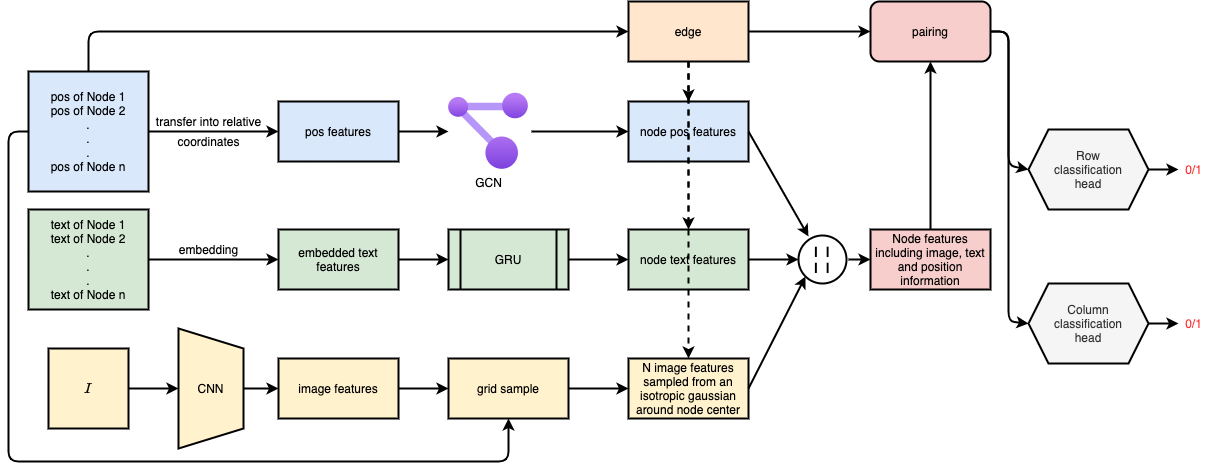
This is architecture/version_1.png from saharudra/graph_table_recognition, a draw.io export, as it was before one commit. Source tidied: cells renumbered, new cells last; positions are measured from the earlier drawing's top-left corner, leaving out a move shared by most shapes.
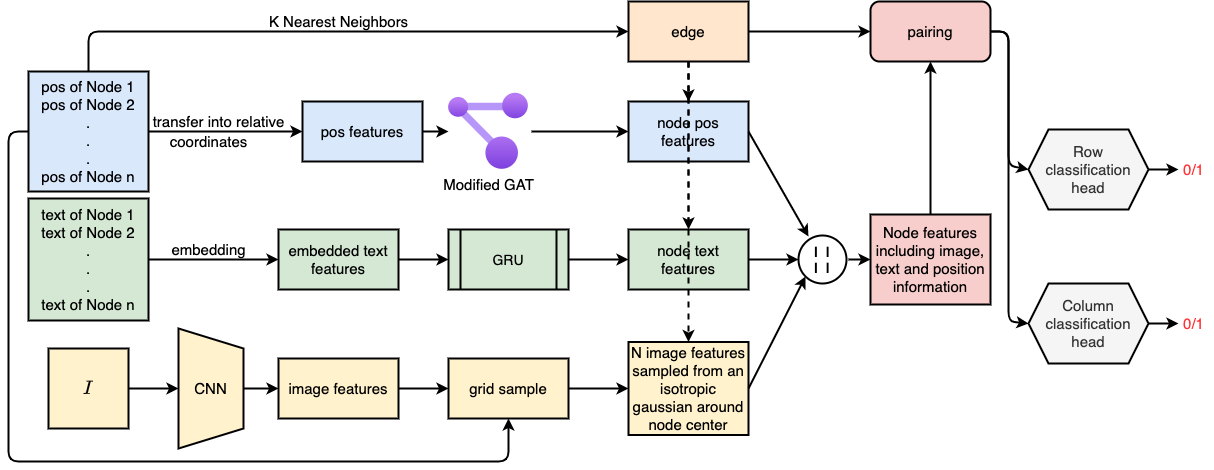
After the commit.

What changed in the source:
```diff
@@ -2,31 +2,31 @@
   <root>
     <mxCell id="0" />
     <mxCell id="1" parent="0" />
-    <mxCell id="2" value="pos of Node 1&lt;br&gt;pos of Node 2&lt;br&gt;.&lt;br&gt;.&lt;br&gt;.&lt;br&gt;pos of Node n" style="rounded=0;whiteSpace=wrap;html=1;fillColor=#dae8fc;strokeWidth=2;" parent="1" vertex="1">
+    <mxCell id="2" value="&lt;font style=&quot;font-size: 15px&quot;&gt;pos of Node 1&lt;br&gt;pos of Node 2&lt;br&gt;.&lt;br&gt;.&lt;br&gt;.&lt;br&gt;pos of Node n&lt;/font&gt;" style="rounded=0;whiteSpace=wrap;html=1;fillColor=#dae8fc;strokeWidth=2;" parent="1" vertex="1">
       <mxGeometry x="20" y="70" width="120" height="120" as="geometry" />
     </mxCell>
-    <mxCell id="3" value="text of Node 1&lt;br&gt;text of Node 2&lt;br&gt;.&lt;br&gt;.&lt;br&gt;.&lt;br&gt;text of Node n" style="rounded=0;whiteSpace=wrap;html=1;strokeWidth=2;fillColor=#d5e8d4;" parent="1" vertex="1">
-      <mxGeometry x="20" y="208" width="120" height="100" as="geometry" />
+    <mxCell id="3" value="&lt;font style=&quot;font-size: 15px&quot;&gt;text of Node 1&lt;br&gt;text of Node 2&lt;br&gt;.&lt;br&gt;.&lt;br&gt;.&lt;br&gt;text of Node n&lt;/font&gt;" style="rounded=0;whiteSpace=wrap;html=1;strokeWidth=2;fillColor=#d5e8d4;" parent="1" vertex="1">
+      <mxGeometry x="20" y="197" width="120" height="122" as="geometry" />
     </mxCell>
-    <mxCell id="4" value="$$I$$" style="whiteSpace=wrap;html=1;strokeWidth=2;fillColor=#fff2cc;" parent="1" vertex="1">
+    <mxCell id="4" value="&lt;font style=&quot;font-size: 15px&quot;&gt;$$I$$&lt;/font&gt;" style="whiteSpace=wrap;html=1;strokeWidth=2;fillColor=#fff2cc;" parent="1" vertex="1">
       <mxGeometry x="40" y="347" width="80" height="80" as="geometry" />
     </mxCell>
     <mxCell id="5" style="endArrow=classic;html=1;exitX=1;exitY=0.5;exitDx=0;exitDy=0;strokeWidth=2;entryX=0;entryY=0.5;entryDx=0;entryDy=0;" parent="1" edge="1" source="2" target="13">
       <mxGeometry relative="1" as="geometry" />
     </mxCell>
-    <mxCell id="6" value="transfer into relative" style="text;html=1;align=center;verticalAlign=middle;" parent="1" vertex="1">
-      <mxGeometry x="140" y="110" width="120" height="20" as="geometry" />
+    <mxCell id="6" value="&lt;font style=&quot;font-size: 15px&quot;&gt;transfer into relative&lt;/font&gt;" style="text;html=1;align=center;verticalAlign=middle;" parent="1" vertex="1">
+      <mxGeometry x="135" y="110" width="150" height="20" as="geometry" />
     </mxCell>
-    <mxCell id="7" value="coordinates" style="text;html=1;align=center;verticalAlign=middle;" parent="1" vertex="1">
-      <mxGeometry x="160" y="130" width="80" height="20" as="geometry" />
+    <mxCell id="7" value="&lt;font style=&quot;font-size: 15px&quot;&gt;coordinates&lt;/font&gt;" style="text;html=1;align=center;verticalAlign=middle;" parent="1" vertex="1">
+      <mxGeometry x="155" y="130" width="90" height="20" as="geometry" />
     </mxCell>
     <mxCell id="8" style="endArrow=classic;html=1;strokeWidth=2;exitX=1;exitY=0.5;exitDx=0;exitDy=0;entryX=0;entryY=0.5;entryDx=0;entryDy=0;" parent="1" edge="1" source="3" target="14">
       <mxGeometry relative="1" as="geometry" />
     </mxCell>
-    <mxCell id="9" value="embedding" style="text;html=1;align=center;verticalAlign=middle;" parent="1" vertex="1">
-      <mxGeometry x="165" y="238" width="70" height="20" as="geometry" />
+    <mxCell id="9" value="&lt;font style=&quot;font-size: 15px&quot;&gt;embedding&lt;/font&gt;" style="text;html=1;align=center;verticalAlign=middle;" parent="1" vertex="1">
+      <mxGeometry x="155" y="238" width="90" height="20" as="geometry" />
     </mxCell>
-    <mxCell id="10" value="CNN" style="shape=trapezoid;perimeter=trapezoidPerimeter;whiteSpace=wrap;html=1;fixedSize=1;strokeWidth=2;direction=south;fillColor=#fff2cc;" parent="1" vertex="1">
+    <mxCell id="10" value="&lt;font style=&quot;font-size: 15px&quot;&gt;CNN&lt;/font&gt;" style="shape=trapezoid;perimeter=trapezoidPerimeter;whiteSpace=wrap;html=1;fixedSize=1;strokeWidth=2;direction=south;fillColor=#fff2cc;" parent="1" vertex="1">
       <mxGeometry x="170" y="327" width="65" height="120" as="geometry" />
     </mxCell>
     <mxCell id="11" style="endArrow=classic;html=1;strokeWidth=2;exitX=1;exitY=0.5;exitDx=0;exitDy=0;" parent="1" edge="1" source="4" target="10">
@@ -35,19 +35,19 @@
     <mxCell id="12" style="endArrow=classic;html=1;strokeWidth=2;exitX=0.5;exitY=0;exitDx=0;exitDy=0;entryX=0;entryY=0.5;entryDx=0;entryDy=0;" parent="1" edge="1" source="10" target="15">
       <mxGeometry relative="1" as="geometry" />
     </mxCell>
-    <mxCell id="13" value="pos features" style="rounded=0;whiteSpace=wrap;html=1;strokeWidth=2;fillColor=#dae8fc;" parent="1" vertex="1">
-      <mxGeometry x="270" y="100" width="120" height="60" as="geometry" />
+    <mxCell id="13" value="&lt;font style=&quot;font-size: 15px&quot;&gt;pos features&lt;/font&gt;" style="rounded=0;whiteSpace=wrap;html=1;strokeWidth=2;fillColor=#dae8fc;" parent="1" vertex="1">
+      <mxGeometry x="294" y="100" width="120" height="60" as="geometry" />
     </mxCell>
-    <mxCell id="14" value="embedded text features" style="rounded=0;whiteSpace=wrap;html=1;strokeWidth=2;fillColor=#d5e8d4;" parent="1" vertex="1">
+    <mxCell id="14" value="&lt;font style=&quot;font-size: 15px&quot;&gt;embedded text features&lt;/font&gt;" style="rounded=0;whiteSpace=wrap;html=1;strokeWidth=2;fillColor=#d5e8d4;" parent="1" vertex="1">
       <mxGeometry x="270" y="228" width="120" height="60" as="geometry" />
     </mxCell>
-    <mxCell id="15" value="image features" style="rounded=0;whiteSpace=wrap;html=1;strokeWidth=2;fillColor=#fff2cc;" parent="1" vertex="1">
+    <mxCell id="15" value="&lt;font style=&quot;font-size: 15px&quot;&gt;image features&lt;/font&gt;" style="rounded=0;whiteSpace=wrap;html=1;strokeWidth=2;fillColor=#fff2cc;" parent="1" vertex="1">
       <mxGeometry x="270" y="357" width="120" height="60" as="geometry" />
     </mxCell>
-    <mxCell id="16" value="GCN" style="html=1;points=[];align=center;image;fontSize=12;image=img/lib/azure2/management_governance/Resource_Graph_Explorer.svg;strokeColor=#000000;strokeWidth=2;" parent="1" vertex="1">
+    <mxCell id="16" value="&lt;font style=&quot;font-size: 15px&quot;&gt;Modified GAT&lt;/font&gt;" style="html=1;points=[];align=center;image;fontSize=12;image=img/lib/azure2/management_governance/Resource_Graph_Explorer.svg;strokeColor=#000000;strokeWidth=2;" parent="1" vertex="1">
       <mxGeometry x="440" y="91.8" width="80" height="76.4" as="geometry" />
     </mxCell>
-    <mxCell id="17" value="node text features" style="rounded=0;whiteSpace=wrap;html=1;strokeWidth=2;fillColor=#d5e8d4;" parent="1" vertex="1">
+    <mxCell id="17" value="&lt;font style=&quot;font-size: 15px&quot;&gt;node text features&lt;/font&gt;" style="rounded=0;whiteSpace=wrap;html=1;strokeWidth=2;fillColor=#d5e8d4;" parent="1" vertex="1">
       <mxGeometry x="620" y="228" width="120" height="60" as="geometry" />
     </mxCell>
     <mxCell id="18" style="endArrow=classic;html=1;strokeWidth=2;exitX=1;exitY=0.5;exitDx=0;exitDy=0;entryX=0;entryY=0.5;entryDx=0;entryDy=0;" parent="1" edge="1" source="14" target="23">
@@ -68,13 +68,13 @@
         </Array>
       </mxGeometry>
     </mxCell>
-    <mxCell id="21" value="grid sample" style="rounded=0;whiteSpace=wrap;html=1;strokeWidth=2;fillColor=#fff2cc;" parent="1" vertex="1">
+    <mxCell id="21" value="&lt;font style=&quot;font-size: 15px&quot;&gt;grid sample&lt;/font&gt;" style="rounded=0;whiteSpace=wrap;html=1;strokeWidth=2;fillColor=#fff2cc;" parent="1" vertex="1">
       <mxGeometry x="440" y="357" width="120" height="60" as="geometry" />
     </mxCell>
     <mxCell id="22" style="endArrow=classic;html=1;strokeWidth=2;exitX=1;exitY=0.5;exitDx=0;exitDy=0;entryX=0;entryY=0.5;entryDx=0;entryDy=0;" parent="1" edge="1" source="15" target="21">
       <mxGeometry relative="1" as="geometry" />
     </mxCell>
-    <mxCell id="23" value="GRU" style="shape=process;whiteSpace=wrap;html=1;backgroundOutline=1;fillColor=#d5e8d4;strokeWidth=2;" parent="1" vertex="1">
+    <mxCell id="23" value="&lt;font style=&quot;font-size: 14px&quot;&gt;GRU&lt;/font&gt;" style="shape=process;whiteSpace=wrap;html=1;backgroundOutline=1;fillColor=#d5e8d4;strokeWidth=2;" parent="1" vertex="1">
       <mxGeometry x="440" y="228" width="120" height="60" as="geometry" />
     </mxCell>
     <mxCell id="24" style="endArrow=classic;html=1;strokeWidth=2;exitX=1;exitY=0.5;exitDx=0;exitDy=0;entryX=0;entryY=0.5;entryDx=0;entryDy=0;" parent="1" edge="1" source="21" target="26">
@@ -83,16 +83,16 @@
     <mxCell id="25" style="endArrow=classic;html=1;strokeWidth=2;exitX=1;exitY=0.5;exitDx=0;exitDy=0;entryX=0;entryY=0.5;entryDx=0;entryDy=0;" parent="1" edge="1" source="23" target="17">
       <mxGeometry relative="1" as="geometry" />
     </mxCell>
-    <mxCell id="26" value="&lt;font style=&quot;font-size: 12px&quot;&gt;N image features sampled from an isotropic gaussian around node center&lt;/font&gt;" style="rounded=0;whiteSpace=wrap;html=1;strokeWidth=2;fillColor=#fff2cc;" parent="1" vertex="1">
-      <mxGeometry x="620" y="357" width="120" height="60" as="geometry" />
+    <mxCell id="26" value="&lt;font style=&quot;font-size: 15px&quot;&gt;N image features sampled from an isotropic gaussian around node center&lt;/font&gt;" style="rounded=0;whiteSpace=wrap;html=1;strokeWidth=2;fillColor=#fff2cc;" parent="1" vertex="1">
+      <mxGeometry x="620" y="340.5" width="120" height="93" as="geometry" />
     </mxCell>
-    <mxCell id="27" value="node pos features" style="rounded=0;whiteSpace=wrap;html=1;strokeWidth=2;fillColor=#dae8fc;" parent="1" vertex="1">
+    <mxCell id="27" value="&lt;font style=&quot;font-size: 15px&quot;&gt;node pos features&lt;/font&gt;" style="rounded=0;whiteSpace=wrap;html=1;strokeWidth=2;fillColor=#dae8fc;" parent="1" vertex="1">
       <mxGeometry x="620" y="100" width="120" height="60" as="geometry" />
     </mxCell>
     <mxCell id="28" style="endArrow=classic;html=1;strokeWidth=2;exitX=1.038;exitY=0.5;exitDx=0;exitDy=0;exitPerimeter=0;entryX=0;entryY=0.5;entryDx=0;entryDy=0;" parent="1" edge="1" source="16" target="27">
       <mxGeometry relative="1" as="geometry" />
     </mxCell>
-    <mxCell id="29" value="edge" style="rounded=0;whiteSpace=wrap;html=1;strokeWidth=2;fillColor=#ffe6cc;" parent="1" vertex="1">
+    <mxCell id="29" value="&lt;font style=&quot;font-size: 15px&quot;&gt;edge&lt;/font&gt;" style="rounded=0;whiteSpace=wrap;html=1;strokeWidth=2;fillColor=#ffe6cc;" parent="1" vertex="1">
       <mxGeometry x="620" width="120" height="60" as="geometry" />
     </mxCell>
     <mxCell id="30" style="endArrow=classic;html=1;strokeWidth=2;exitX=0.5;exitY=0;exitDx=0;exitDy=0;entryX=0;entryY=0.5;entryDx=0;entryDy=0;" parent="1" edge="1" source="2" target="29">
@@ -127,15 +127,15 @@
     <mxCell id="37" value="&lt;b&gt;&lt;span style=&quot;font-size: 14px&quot;&gt;|&amp;nbsp; |&lt;/span&gt;&lt;br&gt;&lt;font style=&quot;font-size: 14px&quot;&gt;|&amp;nbsp; |&lt;/font&gt;&lt;/b&gt;" style="ellipse;whiteSpace=wrap;html=1;strokeWidth=2;fillColor=none;" parent="1" vertex="1">
       <mxGeometry x="790" y="234" width="48" height="48" as="geometry" />
     </mxCell>
-    <mxCell id="38" value="Node features including image, text and position information" style="rounded=0;whiteSpace=wrap;html=1;strokeWidth=2;fillColor=#f8cecc;" parent="1" vertex="1">
-      <mxGeometry x="862" y="228" width="120" height="60" as="geometry" />
+    <mxCell id="38" value="&lt;font style=&quot;font-size: 15px&quot;&gt;Node features including image, text and position information&lt;/font&gt;" style="rounded=0;whiteSpace=wrap;html=1;strokeWidth=2;fillColor=#f8cecc;" parent="1" vertex="1">
+      <mxGeometry x="862" y="213" width="120" height="90" as="geometry" />
     </mxCell>
     <mxCell id="39" style="endArrow=classic;html=1;strokeWidth=2;entryX=0;entryY=0.5;entryDx=0;entryDy=0;" parent="1" edge="1" target="38">
       <mxGeometry relative="1" as="geometry">
         <mxPoint x="840" y="258" as="sourcePoint" />
       </mxGeometry>
     </mxCell>
-    <mxCell id="40" value="pairing" style="rounded=1;whiteSpace=wrap;html=1;strokeWidth=2;fillColor=#f8cecc;" parent="1" vertex="1">
+    <mxCell id="40" value="&lt;font style=&quot;font-size: 15px&quot;&gt;pairing&lt;/font&gt;" style="rounded=1;whiteSpace=wrap;html=1;strokeWidth=2;fillColor=#f8cecc;" parent="1" vertex="1">
       <mxGeometry x="862" width="120" height="60" as="geometry" />
     </mxCell>
     <mxCell id="41" style="endArrow=classic;html=1;strokeWidth=2;exitX=1;exitY=0.5;exitDx=0;exitDy=0;entryX=0;entryY=0.5;entryDx=0;entryDy=0;" parent="1" edge="1" source="29" target="40">
@@ -160,10 +160,10 @@
         </Array>
       </mxGeometry>
     </mxCell>
-    <mxCell id="45" value="Row&lt;br&gt;classification&lt;br&gt;head" style="shape=hexagon;perimeter=hexagonPerimeter2;whiteSpace=wrap;html=1;fixedSize=1;strokeWidth=2;fillColor=#f5f5f5;fontColor=#333333;" parent="1" vertex="1">
+    <mxCell id="45" value="&lt;font style=&quot;font-size: 15px&quot;&gt;Row&lt;br&gt;classification&lt;br&gt;head&lt;/font&gt;" style="shape=hexagon;perimeter=hexagonPerimeter2;whiteSpace=wrap;html=1;fixedSize=1;strokeWidth=2;fillColor=#f5f5f5;fontColor=#333333;" parent="1" vertex="1">
       <mxGeometry x="1020" y="128" width="120" height="80" as="geometry" />
     </mxCell>
-    <mxCell id="46" value="Column&lt;br&gt;classification&lt;br&gt;head" style="shape=hexagon;perimeter=hexagonPerimeter2;whiteSpace=wrap;html=1;fixedSize=1;strokeWidth=2;fillColor=#f5f5f5;fontColor=#333333;" parent="1" vertex="1">
+    <mxCell id="46" value="&lt;font style=&quot;font-size: 15px&quot;&gt;Column&lt;br&gt;classification&lt;br&gt;head&lt;/font&gt;" style="shape=hexagon;perimeter=hexagonPerimeter2;whiteSpace=wrap;html=1;fixedSize=1;strokeWidth=2;fillColor=#f5f5f5;fontColor=#333333;" parent="1" vertex="1">
       <mxGeometry x="1020" y="282" width="120" height="80" as="geometry" />
     </mxCell>
     <mxCell id="47" style="endArrow=classic;html=1;strokeWidth=2;exitX=1;exitY=0.5;exitDx=0;exitDy=0;" parent="1" edge="1" source="45">
@@ -176,11 +176,14 @@
         <mxPoint x="1170" y="322" as="targetPoint" />
       </mxGeometry>
     </mxCell>
-    <mxCell id="49" value="&lt;font color=&quot;#ff3333&quot;&gt;0/1&lt;/font&gt;" style="text;html=1;align=center;verticalAlign=middle;" parent="1" vertex="1">
-      <mxGeometry x="1170" y="158" width="30" height="20" as="geometry" />
+    <mxCell id="49" value="&lt;font color=&quot;#ff3333&quot; style=&quot;font-size: 15px&quot;&gt;0/1&lt;/font&gt;" style="text;html=1;align=center;verticalAlign=middle;" parent="1" vertex="1">
+      <mxGeometry x="1165" y="158" width="40" height="20" as="geometry" />
     </mxCell>
-    <mxCell id="50" value="&lt;font color=&quot;#ff3333&quot;&gt;0/1&lt;/font&gt;" style="text;html=1;align=center;verticalAlign=middle;" parent="1" vertex="1">
-      <mxGeometry x="1170" y="312" width="30" height="20" as="geometry" />
+    <mxCell id="50" value="&lt;font color=&quot;#ff3333&quot; style=&quot;font-size: 15px&quot;&gt;0/1&lt;/font&gt;" style="text;html=1;align=center;verticalAlign=middle;" parent="1" vertex="1">
+      <mxGeometry x="1165" y="312" width="40" height="20" as="geometry" />
     </mxCell>
+    <mxCell id="51" value="K Nearest Neighbors" style="text;html=1;align=center;verticalAlign=middle;fontSize=15;" parent="1" vertex="1">
+      <mxGeometry x="255" y="10" width="150" height="20" as="geometry" />
+    </mxCell>
   </root>
 </mxGraphModel>
```
